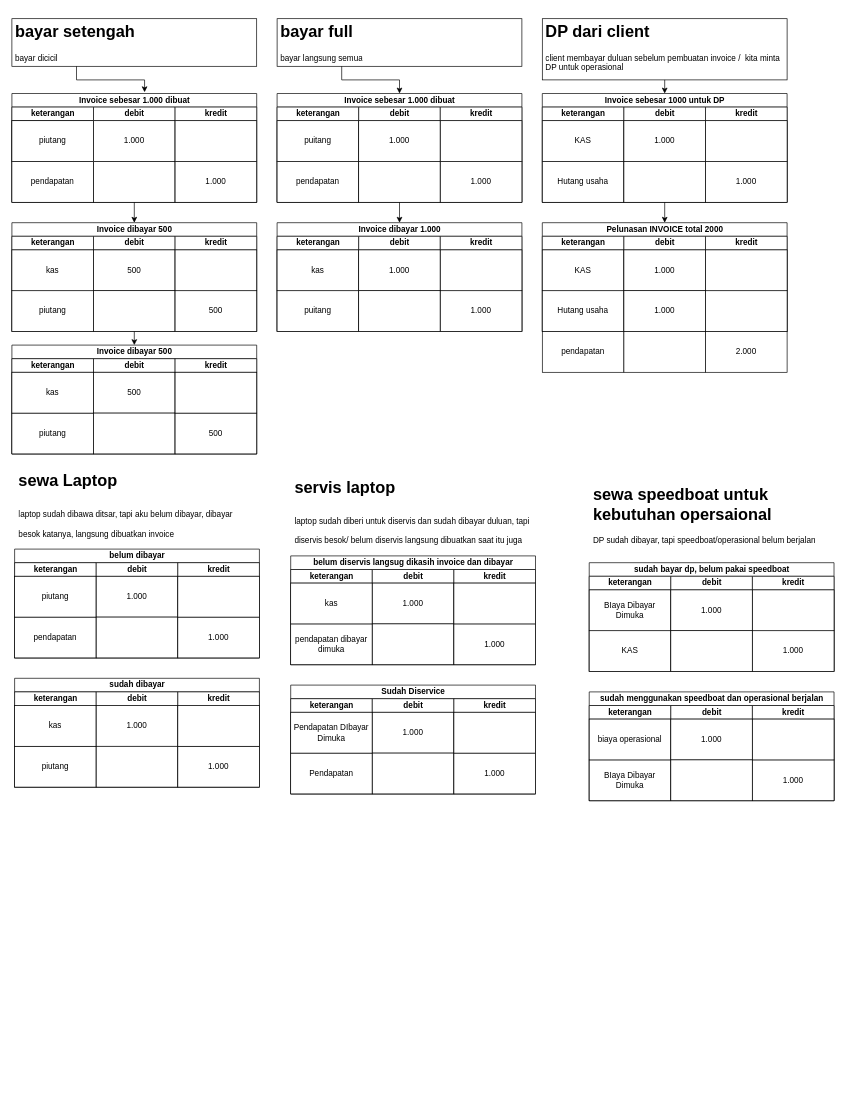
Before: transaksi piutang.drawio in mieburungdara/draw.io_transaksipuitang, a draw.io diagram. Source tidied: cells renumbered, new cells numbered last; positions are measured from the earlier drawing's top-left corner, leaving out a move shared by most shapes. Both pictures are drawn from the tidied source at 68%, with x=0, y=0 at pixel (12, 18).
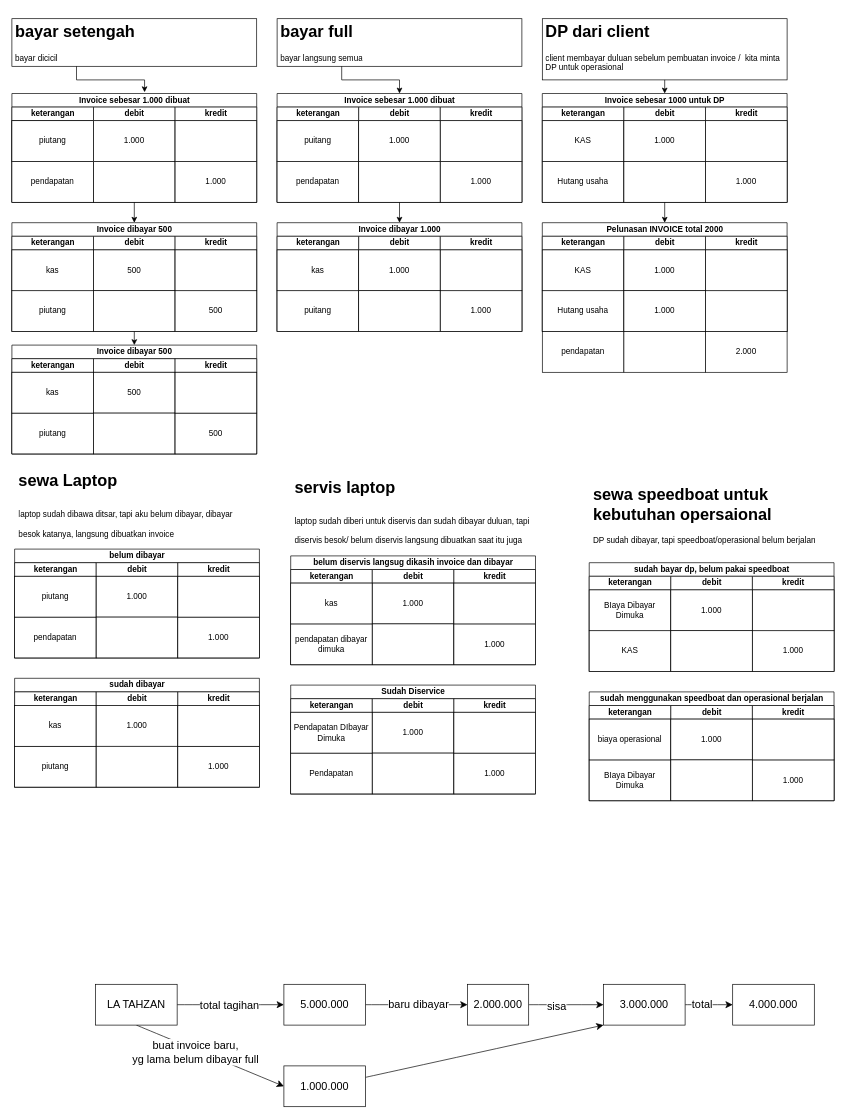
The same diagram, later.

Change to the diagram source:
```diff
@@
+    <mxCell id="152" style="edgeStyle=none;curved=1;rounded=0;jettySize=auto;html=1;exitX=1;exitY=0.5;exitDx=0;exitDy=0;entryX=0;entryY=0.5;entryDx=0;entryDy=0;fontSize=12;startSize=8;endSize=8;" parent="1" edge="1" source="156" target="159">
+      <mxGeometry relative="1" as="geometry">
+        <Array as="points">
+          <mxPoint x="280" y="1450" />
+        </Array>
+      </mxGeometry>
+    </mxCell>
+    <mxCell id="153" value="total tagihan" style="edgeLabel;html=1;align=center;verticalAlign=middle;fontSize=16;" parent="152" vertex="1">
+      <mxGeometry x="-0.18" y="1" relative="1" as="geometry">
+        <mxPoint x="12" y="1" as="offset" />
+      </mxGeometry>
+    </mxCell>
+    <mxCell id="154" style="edgeStyle=none;curved=1;rounded=0;jettySize=auto;html=1;exitX=0.5;exitY=1;exitDx=0;exitDy=0;entryX=0;entryY=0.5;entryDx=0;entryDy=0;fontSize=12;startSize=8;endSize=8;" parent="1" edge="1" source="156" target="164">
+      <mxGeometry relative="1" as="geometry" />
+    </mxCell>
+    <mxCell id="155" value="buat invoice baru,&lt;br&gt;yg lama belum dibayar full" style="edgeLabel;html=1;align=center;verticalAlign=middle;fontSize=16;" parent="154" vertex="1">
+      <mxGeometry x="-0.18" y="-3" relative="1" as="geometry">
+        <mxPoint x="-1" as="offset" />
+      </mxGeometry>
+    </mxCell>
+    <mxCell id="156" value="LA TAHZAN" style="rounded=0;whiteSpace=wrap;html=1;fontSize=16;" parent="1" vertex="1">
+      <mxGeometry x="123" y="1420" width="120" height="60" as="geometry" />
+    </mxCell>
+    <mxCell id="157" style="edgeStyle=none;curved=1;rounded=0;jettySize=auto;html=1;exitX=1;exitY=0.5;exitDx=0;exitDy=0;entryX=0;entryY=0.5;entryDx=0;entryDy=0;fontSize=12;startSize=8;endSize=8;" parent="1" edge="1" source="159" target="162">
+      <mxGeometry relative="1" as="geometry" />
+    </mxCell>
+    <mxCell id="158" value="baru dibayar" style="edgeLabel;html=1;align=center;verticalAlign=middle;fontSize=16;" parent="157" vertex="1">
+      <mxGeometry x="-0.31" y="1" relative="1" as="geometry">
+        <mxPoint x="25" as="offset" />
+      </mxGeometry>
+    </mxCell>
+    <mxCell id="159" value="5.000.000" style="rounded=0;whiteSpace=wrap;html=1;fontSize=16;" parent="1" vertex="1">
+      <mxGeometry x="400" y="1420" width="120" height="60" as="geometry" />
+    </mxCell>
+    <mxCell id="160" style="edgeStyle=none;curved=1;rounded=0;jettySize=auto;html=1;entryX=0;entryY=0.5;entryDx=0;entryDy=0;fontSize=12;startSize=8;endSize=8;" parent="1" edge="1" source="162" target="167">
+      <mxGeometry relative="1" as="geometry" />
+    </mxCell>
+    <mxCell id="161" value="sisa" style="edgeLabel;html=1;align=center;verticalAlign=middle;fontSize=16;" parent="160" vertex="1">
+      <mxGeometry x="-0.27" y="-2" relative="1" as="geometry" />
+    </mxCell>
+    <mxCell id="162" value="2.000.000" style="rounded=0;whiteSpace=wrap;html=1;fontSize=16;" parent="1" vertex="1">
+      <mxGeometry x="670" y="1420" width="90" height="60" as="geometry" />
+    </mxCell>
+    <mxCell id="163" style="edgeStyle=none;curved=1;rounded=0;jettySize=auto;html=1;entryX=0;entryY=1;entryDx=0;entryDy=0;fontSize=12;startSize=8;endSize=8;" parent="1" edge="1" source="164" target="167">
+      <mxGeometry relative="1" as="geometry" />
+    </mxCell>
+    <mxCell id="164" value="1.000.000" style="rounded=0;whiteSpace=wrap;html=1;fontSize=16;" parent="1" vertex="1">
+      <mxGeometry x="400" y="1540" width="120" height="60" as="geometry" />
+    </mxCell>
+    <mxCell id="165" style="edgeStyle=none;curved=1;rounded=0;jettySize=auto;html=1;exitX=1;exitY=0.5;exitDx=0;exitDy=0;entryX=0;entryY=0.5;entryDx=0;entryDy=0;fontSize=12;startSize=8;endSize=8;" parent="1" edge="1" source="167" target="168">
+      <mxGeometry relative="1" as="geometry" />
+    </mxCell>
+    <mxCell id="166" value="total" style="edgeLabel;html=1;align=center;verticalAlign=middle;fontSize=16;" parent="165" vertex="1">
+      <mxGeometry x="-0.32" y="2" relative="1" as="geometry" />
+    </mxCell>
+    <mxCell id="167" value="3.000.000" style="rounded=0;whiteSpace=wrap;html=1;fontSize=16;" parent="1" vertex="1">
+      <mxGeometry x="870" y="1420" width="120" height="60" as="geometry" />
+    </mxCell>
+    <mxCell id="168" value="4.000.000" style="rounded=0;whiteSpace=wrap;html=1;fontSize=16;" parent="1" vertex="1">
+      <mxGeometry x="1060" y="1420" width="120" height="60" as="geometry" />
+    </mxCell>
```
